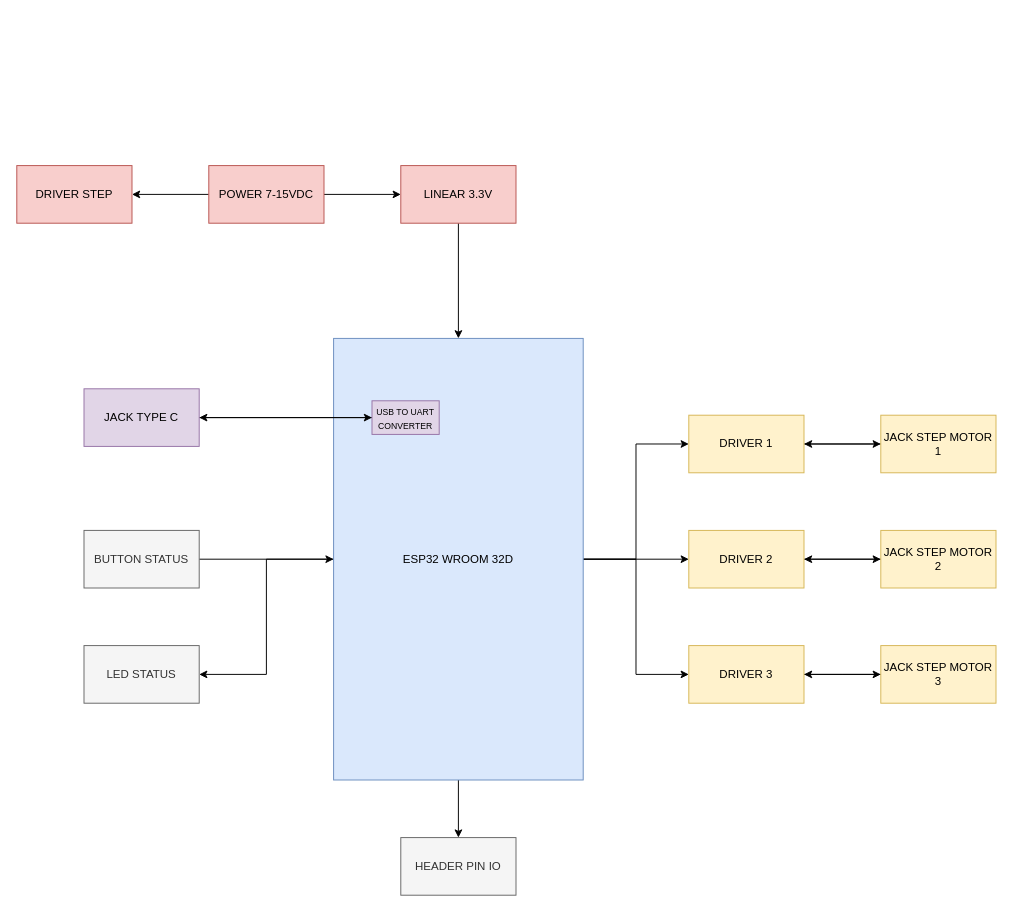
dodanhluong-hardware/cut_wire keeps this draw.io diagram as Documments/Schematic/Untitled Diagram.drawio. Above is the earlier version. Source tidied: cells renumbered, new cells numbered last; positions are measured from the earlier drawing's top-left corner, leaving out a move shared by most shapes. Both pictures are drawn from the tidied source at 96%, with x=0, y=0 at pixel (16, 165).
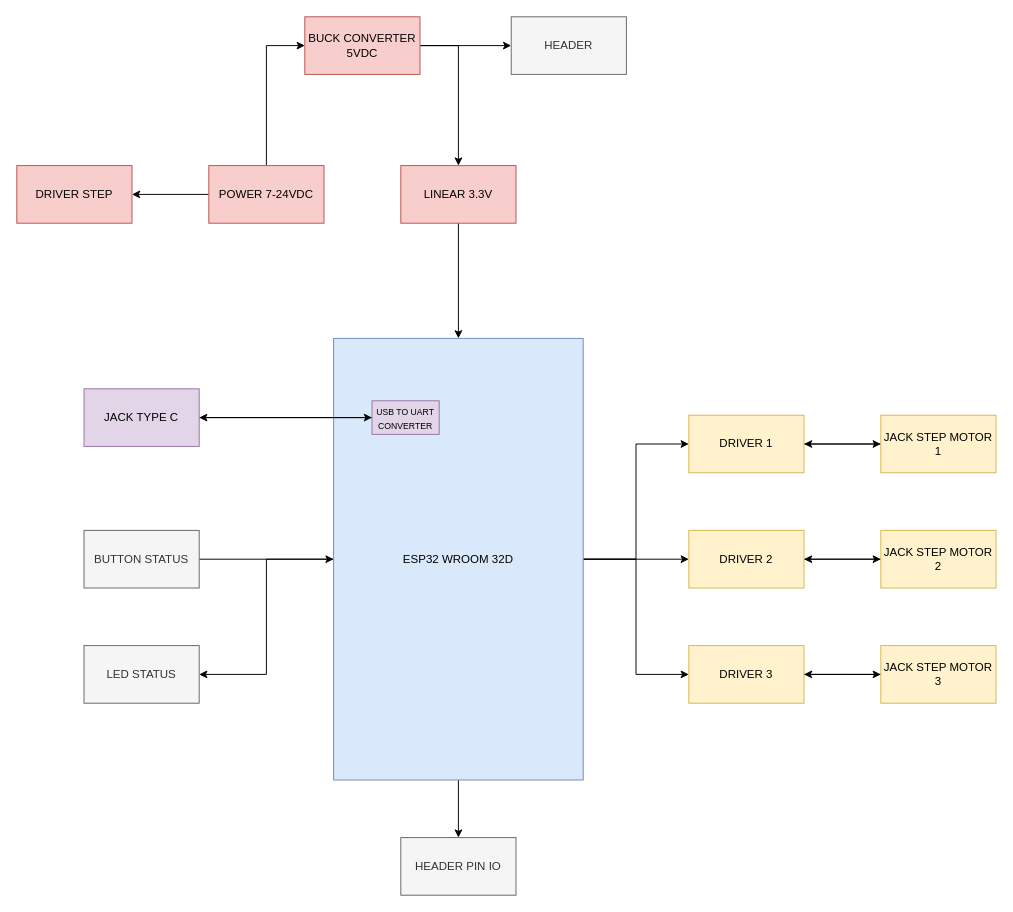
The same diagram, later.

The change refers to these unchanged cells:
```xml
<mxCell id="16" value="LINEAR 3.3V" style="rounded=0;whiteSpace=wrap;html=1;fillColor=#f8cecc;strokeColor=#b85450;" parent="1" vertex="1">
  <mxGeometry x="400" width="120" height="60" as="geometry" />
</mxCell>
```

Diff of the diagram source:
```diff
@@
-    <mxCell id="13" style="edgeStyle=orthogonalEdgeStyle;rounded=0;jettySize=auto;html=1;" parent="1" edge="1" source="14" target="16">
-      <mxGeometry relative="1" as="geometry" />
-    </mxCell>
+    <mxCell id="34" style="edgeStyle=orthogonalEdgeStyle;rounded=0;jettySize=auto;html=1;entryX=0;entryY=0.5;entryDx=0;entryDy=0;" parent="1" edge="1" source="14" target="37">
+      <mxGeometry relative="1" as="geometry" />
+    </mxCell>
-    <mxCell id="14" value="POWER 7-15VDC" style="rounded=0;whiteSpace=wrap;html=1;fillColor=#f8cecc;strokeColor=#b85450;" parent="1" vertex="1">
+    <mxCell id="14" value="POWER 7-24VDC" style="rounded=0;whiteSpace=wrap;html=1;fillColor=#f8cecc;strokeColor=#b85450;" parent="1" vertex="1">
       <mxGeometry x="200" width="120" height="60" as="geometry" />
     </mxCell>
@@
+    <mxCell id="35" style="edgeStyle=orthogonalEdgeStyle;rounded=0;jettySize=auto;html=1;entryX=0.5;entryY=0;entryDx=0;entryDy=0;" parent="1" edge="1" source="37" target="16">
+      <mxGeometry relative="1" as="geometry">
+        <Array as="points">
+          <mxPoint x="460" y="-125" />
+        </Array>
+      </mxGeometry>
+    </mxCell>
+    <mxCell id="36" style="edgeStyle=orthogonalEdgeStyle;rounded=0;jettySize=auto;html=1;entryX=0;entryY=0.5;entryDx=0;entryDy=0;" parent="1" edge="1" source="37" target="38">
+      <mxGeometry relative="1" as="geometry" />
+    </mxCell>
+    <mxCell id="37" value="BUCK CONVERTER 5VDC" style="rounded=0;whiteSpace=wrap;html=1;fillColor=#f8cecc;strokeColor=#b85450;" parent="1" vertex="1">
+      <mxGeometry x="300" y="-155" width="120" height="60" as="geometry" />
+    </mxCell>
+    <mxCell id="38" value="HEADER" style="rounded=0;whiteSpace=wrap;html=1;fillColor=#f5f5f5;strokeColor=#666666;fontColor=#333333;" parent="1" vertex="1">
+      <mxGeometry x="515" y="-155" width="120" height="60" as="geometry" />
+    </mxCell>
```
